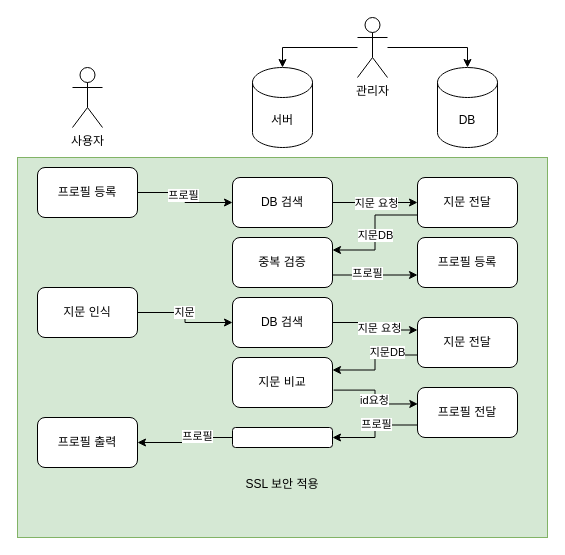
This is 스토리보드.drawio from dolto/Child_Helper, a draw.io file, before an edit. Source tidied: cells renumbered, new cells numbered last; positions are measured from the earlier drawing's top-left corner, leaving out a move shared by most shapes. Both pictures are drawn from the tidied source at 100%, with x=0, y=0 at pixel (17, 17).
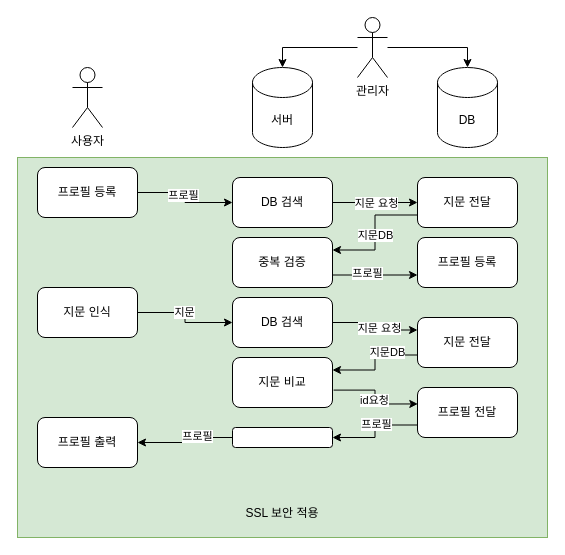
The same page after the edit.

Commit message (it also covers changes not shown here):
스토리보드.drawio 업데이트

Change to the diagram source:
```diff
@@
-    <mxCell id="2" value="&lt;br&gt;&lt;br&gt;&lt;br&gt;&lt;br&gt;&lt;br&gt;&lt;br&gt;&lt;br&gt;&lt;br&gt;&lt;br&gt;&lt;br&gt;&lt;br&gt;&lt;br&gt;&lt;br&gt;&lt;br&gt;&lt;br&gt;&lt;br&gt;&lt;br&gt;&lt;br&gt;&lt;br&gt;SSL 보안 적용" style="rounded=0;whiteSpace=wrap;html=1;fillColor=#d5e8d4;strokeColor=#82b366;" parent="1" vertex="1">
+    <mxCell id="2" value="&lt;br&gt;&lt;br&gt;&lt;br&gt;&lt;br&gt;&lt;br&gt;&lt;br&gt;&lt;br&gt;&lt;br&gt;&lt;br&gt;&lt;br&gt;&lt;br&gt;&lt;br&gt;&lt;br&gt;&lt;br&gt;&lt;br&gt;&lt;br&gt;&lt;br&gt;&lt;br&gt;&lt;br&gt;&lt;br&gt;&lt;br&gt;&lt;br&gt;&lt;br&gt;SSL 보안 적용" style="rounded=0;whiteSpace=wrap;html=1;fillColor=#d5e8d4;strokeColor=#82b366;" parent="1" vertex="1">
       <mxGeometry y="140" width="530" height="380" as="geometry" />
     </mxCell>
```
